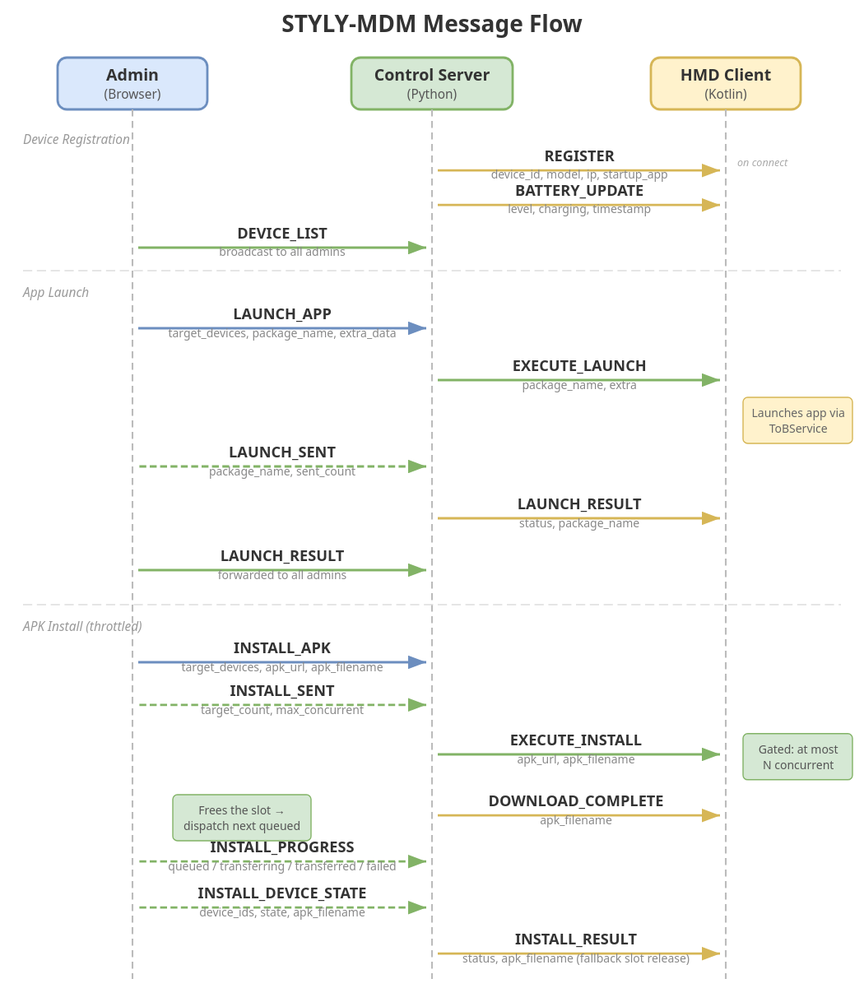
styly-dev/STYLY-MDM keeps this draw.io diagram as docs/message-flow.drawio.svg. Above is the earlier version. Source tidied: cells renumbered, new cells last; positions are measured from the earlier drawing's top-left corner, leaving out a move shared by most shapes.
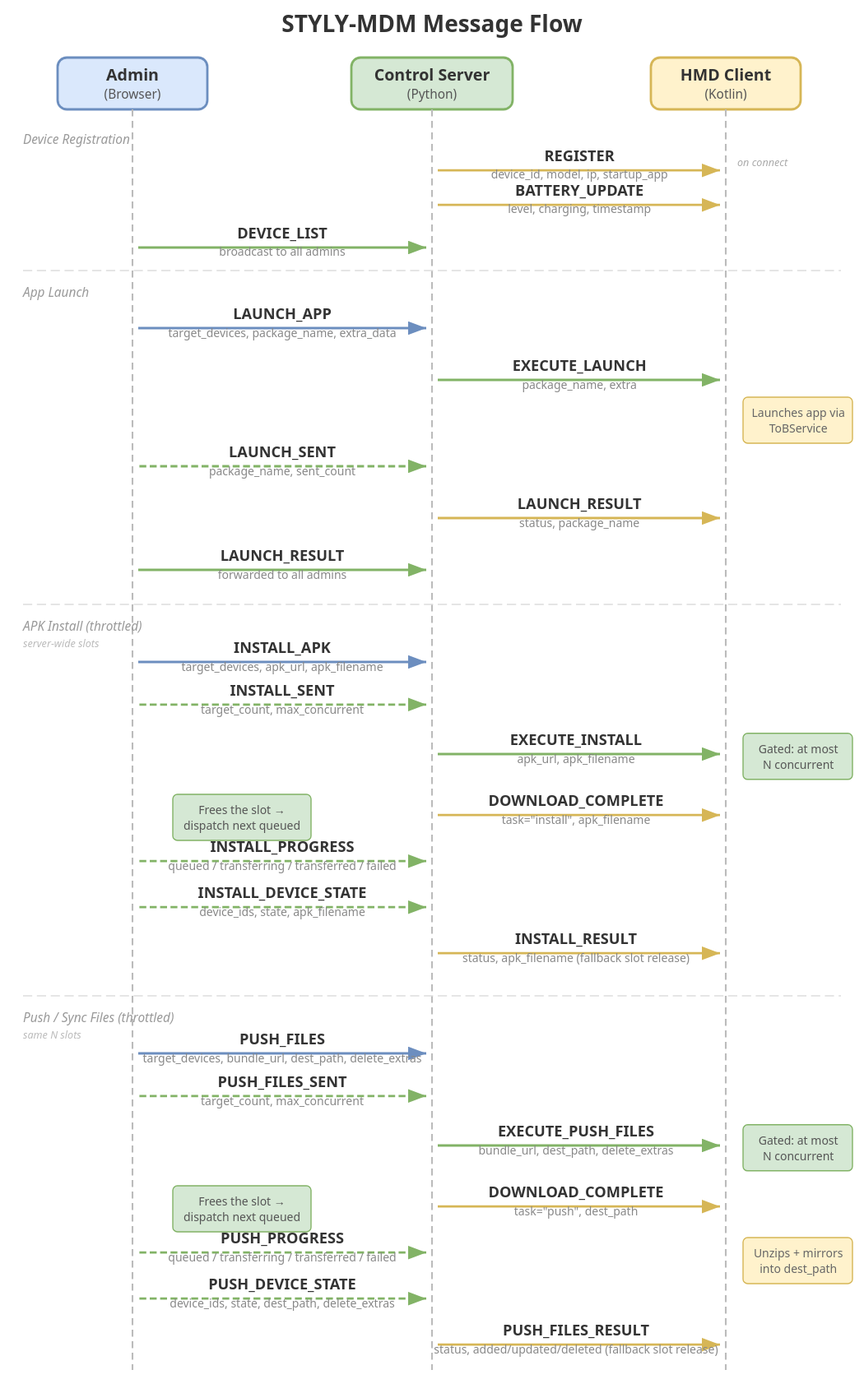
Later version of the same file.

Commit message:
feat: throttle push/sync transfers against a server-wide slot pool (#44) (#46)

Diff of the diagram source:
```diff
@@ -17,19 +17,19 @@
     <mxCell id="6" style="endArrow=none;dashed=1;dashPattern=4 4;strokeColor=#999999;" parent="1" edge="1">
       <mxGeometry relative="1" as="geometry">
         <mxPoint x="110" y="90" as="sourcePoint" />
-        <mxPoint x="110" y="790" as="targetPoint" />
+        <mxPoint x="110" y="1160" as="targetPoint" />
       </mxGeometry>
     </mxCell>
     <mxCell id="7" style="endArrow=none;dashed=1;dashPattern=4 4;strokeColor=#999999;" parent="1" edge="1">
       <mxGeometry relative="1" as="geometry">
         <mxPoint x="365" y="90" as="sourcePoint" />
-        <mxPoint x="365" y="790" as="targetPoint" />
+        <mxPoint x="365" y="1160" as="targetPoint" />
       </mxGeometry>
     </mxCell>
     <mxCell id="8" style="endArrow=none;dashed=1;dashPattern=4 4;strokeColor=#999999;" parent="1" edge="1">
       <mxGeometry relative="1" as="geometry">
         <mxPoint x="620" y="90" as="sourcePoint" />
-        <mxPoint x="620" y="790" as="targetPoint" />
+        <mxPoint x="620" y="1160" as="targetPoint" />
       </mxGeometry>
     </mxCell>
     <mxCell id="9" value="&lt;i&gt;Device Registration&lt;/i&gt;" style="text;html=1;align=left;verticalAlign=middle;fontColor=#888888;fontSize=10;" parent="1" vertex="1">
@@ -133,8 +133,8 @@
         <mxPoint x="710" y="495" as="targetPoint" />
       </mxGeometry>
     </mxCell>
-    <mxCell id="29" value="&lt;i&gt;APK Install (throttled)&lt;/i&gt;" style="text;html=1;align=left;verticalAlign=middle;fontColor=#888888;fontSize=10;" parent="1" vertex="1">
-      <mxGeometry y="505" width="160" height="20" as="geometry" />
+    <mxCell id="29" value="&lt;i&gt;APK Install (throttled — server-wide slots)&lt;/i&gt;" style="text;html=1;align=left;verticalAlign=middle;fontColor=#888888;fontSize=10;" parent="1" vertex="1">
+      <mxGeometry y="505" width="250" height="20" as="geometry" />
     </mxCell>
     <mxCell id="30" style="endArrow=block;endFill=1;strokeWidth=2;strokeColor=#6c8ebf;" parent="1" edge="1">
       <mxGeometry relative="1" as="geometry">
@@ -178,7 +178,7 @@
         <mxPoint x="365" y="680" as="targetPoint" />
       </mxGeometry>
     </mxCell>
-    <mxCell id="38" value="&lt;b&gt;DOWNLOAD_COMPLETE&lt;/b&gt;&lt;br&gt;&lt;font style=&quot;font-size:9px;color:#666&quot;&gt;apk_filename&lt;/font&gt;" style="edgeLabel;html=1;align=center;verticalAlign=bottom;" parent="37" vertex="1">
+    <mxCell id="38" value="&lt;b&gt;DOWNLOAD_COMPLETE&lt;/b&gt;&lt;br&gt;&lt;font style=&quot;font-size:9px;color:#666&quot;&gt;task=&amp;quot;install&amp;quot;, apk_filename&lt;/font&gt;" style="edgeLabel;html=1;align=center;verticalAlign=bottom;" parent="37" vertex="1">
       <mxGeometry x="0.1" relative="1" as="geometry">
         <mxPoint y="-5" as="offset" />
       </mxGeometry>
@@ -219,5 +219,100 @@
         <mxPoint y="-5" as="offset" />
       </mxGeometry>
     </mxCell>
+    <mxCell id="46" style="endArrow=none;dashed=1;dashPattern=8 4;strokeColor=#CCCCCC;" parent="1" edge="1">
+      <mxGeometry relative="1" as="geometry">
+        <mxPoint x="20" y="835" as="sourcePoint" />
+        <mxPoint x="710" y="835" as="targetPoint" />
+      </mxGeometry>
+    </mxCell>
+    <mxCell id="47" value="&lt;i&gt;Push / Sync Files (throttled — same slots)&lt;/i&gt;" style="text;html=1;align=left;verticalAlign=middle;fontColor=#888888;fontSize=10;" parent="1" vertex="1">
+      <mxGeometry y="845" width="240" height="20" as="geometry" />
+    </mxCell>
+    <mxCell id="48" style="endArrow=block;endFill=1;strokeWidth=2;strokeColor=#6c8ebf;" parent="1" edge="1">
+      <mxGeometry relative="1" as="geometry">
+        <mxPoint x="110" y="875" as="sourcePoint" />
+        <mxPoint x="365" y="875" as="targetPoint" />
+      </mxGeometry>
+    </mxCell>
+    <mxCell id="49" value="&lt;b&gt;PUSH_FILES&lt;/b&gt;&lt;br&gt;&lt;font style=&quot;font-size:9px;color:#666&quot;&gt;target_devices, bundle_url, dest_path, delete_extras&lt;/font&gt;" style="edgeLabel;html=1;align=center;verticalAlign=bottom;" parent="48" vertex="1">
+      <mxGeometry x="-0.1" relative="1" as="geometry">
+        <mxPoint y="-5" as="offset" />
+      </mxGeometry>
+    </mxCell>
+    <mxCell id="50" style="endArrow=block;endFill=1;strokeWidth=2;strokeColor=#82b366;dashed=1;" parent="1" edge="1">
+      <mxGeometry relative="1" as="geometry">
+        <mxPoint x="365" y="915" as="sourcePoint" />
+        <mxPoint x="110" y="915" as="targetPoint" />
+      </mxGeometry>
+    </mxCell>
+    <mxCell id="51" value="&lt;b&gt;PUSH_FILES_SENT&lt;/b&gt;&lt;br&gt;&lt;font style=&quot;font-size:9px;color:#666&quot;&gt;target_count, max_concurrent&lt;/font&gt;" style="edgeLabel;html=1;align=center;verticalAlign=bottom;" parent="50" vertex="1">
+      <mxGeometry x="0.1" relative="1" as="geometry">
+        <mxPoint y="-5" as="offset" />
+      </mxGeometry>
+    </mxCell>
+    <mxCell id="52" style="endArrow=block;endFill=1;strokeWidth=2;strokeColor=#82b366;" parent="1" edge="1">
+      <mxGeometry relative="1" as="geometry">
+        <mxPoint x="365" y="955" as="sourcePoint" />
+        <mxPoint x="620" y="955" as="targetPoint" />
+      </mxGeometry>
+    </mxCell>
+    <mxCell id="53" value="&lt;b&gt;EXECUTE_PUSH_FILES&lt;/b&gt;&lt;br&gt;&lt;font style=&quot;font-size:9px;color:#666&quot;&gt;bundle_url, dest_path, delete_extras&lt;/font&gt;" style="edgeLabel;html=1;align=center;verticalAlign=bottom;" parent="52" vertex="1">
+      <mxGeometry x="-0.1" relative="1" as="geometry">
+        <mxPoint y="-5" as="offset" />
+      </mxGeometry>
+    </mxCell>
+    <mxCell id="54" value="Gated: at most&amp;lt;br&amp;gt;N concurrent" style="shape=note;whiteSpace=wrap;html=1;size=14;fontSize=10;align=center;fillColor=#d5e8d4;strokeColor=#82b366;" parent="1" vertex="1">
+      <mxGeometry x="640" y="965" width="95" height="45" as="geometry" />
+    </mxCell>
+    <mxCell id="55" style="endArrow=block;endFill=1;strokeWidth=2;strokeColor=#d6b656;" parent="1" edge="1">
+      <mxGeometry relative="1" as="geometry">
+        <mxPoint x="620" y="1020" as="sourcePoint" />
+        <mxPoint x="365" y="1020" as="targetPoint" />
+      </mxGeometry>
+    </mxCell>
+    <mxCell id="56" value="&lt;b&gt;DOWNLOAD_COMPLETE&lt;/b&gt;&lt;br&gt;&lt;font style=&quot;font-size:9px;color:#666&quot;&gt;task=&amp;quot;push&amp;quot;, dest_path&lt;/font&gt;" style="edgeLabel;html=1;align=center;verticalAlign=bottom;" parent="55" vertex="1">
+      <mxGeometry x="0.1" relative="1" as="geometry">
+        <mxPoint y="-5" as="offset" />
+      </mxGeometry>
+    </mxCell>
+    <mxCell id="57" value="Frees the slot -&amp;gt;&amp;lt;br&amp;gt;dispatch next queued" style="shape=note;whiteSpace=wrap;html=1;size=14;fontSize=10;align=center;fillColor=#d5e8d4;strokeColor=#82b366;" parent="1" vertex="1">
+      <mxGeometry x="140" y="1010" width="120" height="45" as="geometry" />
+    </mxCell>
+    <mxCell id="58" value="Unzips + mirrors&amp;lt;br&amp;gt;into dest_path" style="shape=note;whiteSpace=wrap;html=1;size=14;fontSize=10;align=center;fillColor=#fff2cc;strokeColor=#d6b656;" parent="1" vertex="1">
+      <mxGeometry x="640" y="1040" width="95" height="45" as="geometry" />
+    </mxCell>
+    <mxCell id="59" style="endArrow=block;endFill=1;strokeWidth=2;strokeColor=#82b366;dashed=1;" parent="1" edge="1">
+      <mxGeometry relative="1" as="geometry">
+        <mxPoint x="365" y="1060" as="sourcePoint" />
+        <mxPoint x="110" y="1060" as="targetPoint" />
+      </mxGeometry>
+    </mxCell>
+    <mxCell id="60" value="&lt;b&gt;PUSH_PROGRESS&lt;/b&gt;&lt;br&gt;&lt;font style=&quot;font-size:9px;color:#666&quot;&gt;queued / transferring / transferred / failed&lt;/font&gt;" style="edgeLabel;html=1;align=center;verticalAlign=bottom;" parent="59" vertex="1">
+      <mxGeometry x="0.1" relative="1" as="geometry">
+        <mxPoint y="-5" as="offset" />
+      </mxGeometry>
+    </mxCell>
+    <mxCell id="61" style="endArrow=block;endFill=1;strokeWidth=2;strokeColor=#82b366;dashed=1;" parent="1" edge="1">
+      <mxGeometry relative="1" as="geometry">
+        <mxPoint x="365" y="1100" as="sourcePoint" />
+        <mxPoint x="110" y="1100" as="targetPoint" />
+      </mxGeometry>
+    </mxCell>
+    <mxCell id="62" value="&lt;b&gt;PUSH_DEVICE_STATE&lt;/b&gt;&lt;br&gt;&lt;font style=&quot;font-size:9px;color:#666&quot;&gt;device_ids, state, dest_path, delete_extras&lt;/font&gt;" style="edgeLabel;html=1;align=center;verticalAlign=bottom;" parent="61" vertex="1">
+      <mxGeometry x="0.1" relative="1" as="geometry">
+        <mxPoint y="-5" as="offset" />
+      </mxGeometry>
+    </mxCell>
+    <mxCell id="63" style="endArrow=block;endFill=1;strokeWidth=2;strokeColor=#d6b656;" parent="1" edge="1">
+      <mxGeometry relative="1" as="geometry">
+        <mxPoint x="620" y="1140" as="sourcePoint" />
+        <mxPoint x="365" y="1140" as="targetPoint" />
+      </mxGeometry>
+    </mxCell>
+    <mxCell id="64" value="&lt;b&gt;PUSH_FILES_RESULT&lt;/b&gt;&lt;br&gt;&lt;font style=&quot;font-size:9px;color:#666&quot;&gt;status, added/updated/deleted (fallback slot release)&lt;/font&gt;" style="edgeLabel;html=1;align=center;verticalAlign=bottom;" parent="63" vertex="1">
+      <mxGeometry x="0.1" relative="1" as="geometry">
+        <mxPoint y="-5" as="offset" />
+      </mxGeometry>
+    </mxCell>
   </root>
 </mxGraphModel>
```
